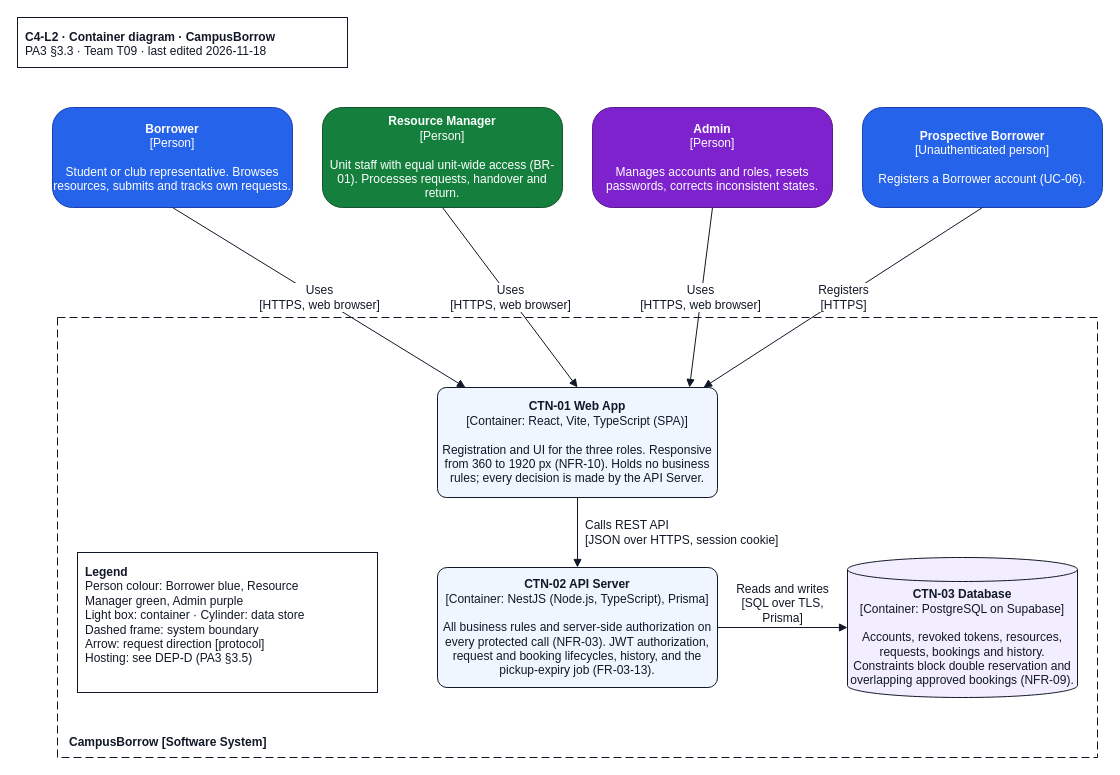
The draw.io diagram docs/design/diagrams/C4-L2_container.drawio in JuliaTrang/T09-CampusBorrow, before the edit. Source tidied: cells renumbered, new cells numbered last; positions are measured from the earlier drawing's top-left corner, leaving out a move shared by most shapes. Both pictures are drawn from the tidied source at 100%, with x=0, y=0 at pixel (17, 17).
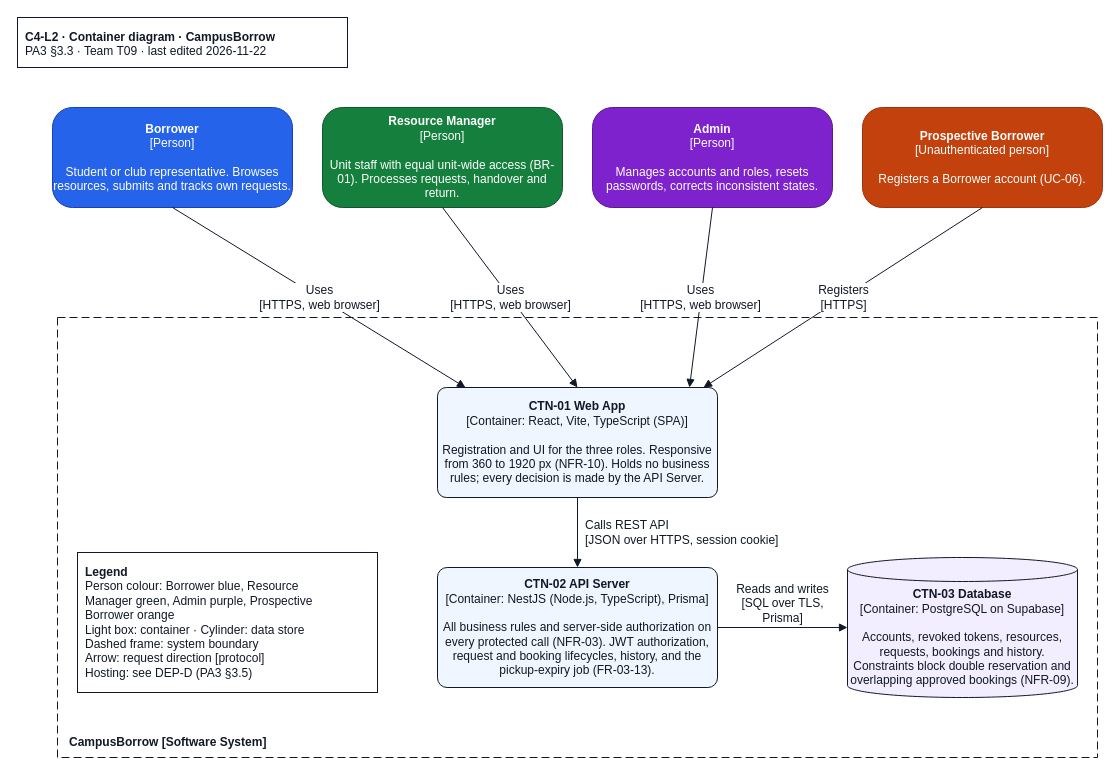
The same diagram, later.

Commit message (it also covers changes not shown here):
docs(pa3): route CO-01 to CO-03 through CMP-04, add ResourceService dependency and fix C4-L2 colour

Change to the diagram source:
```diff
@@
 <mxGraphModel background="#FFFFFF">
   <root>
     <mxCell id="0" />
     <mxCell id="1" parent="0" />
-    <mxCell id="2" value="&lt;b&gt;C4-L2 · Container diagram · CampusBorrow&lt;/b&gt;&lt;br&gt;PA3 §3.3 · Team T09 · last edited 2026-11-18" style="text;html=1;align=left;verticalAlign=top;fontFamily=Arial;fontSize=12;fontColor=#111827;strokeColor=#111827;fillColor=#FFFFFF;spacing=8;" parent="1" vertex="1">
+    <mxCell id="2" value="&lt;b&gt;C4-L2 · Container diagram · CampusBorrow&lt;/b&gt;&lt;br&gt;PA3 §3.3 · Team T09 · last edited 2026-11-22" style="text;html=1;align=left;verticalAlign=top;fontFamily=Arial;fontSize=12;fontColor=#111827;strokeColor=#111827;fillColor=#FFFFFF;spacing=8;" parent="1" vertex="1">
       <mxGeometry width="330" height="50" as="geometry" />
     </mxCell>
     <mxCell id="3" value="&lt;b&gt;Borrower&lt;/b&gt;&lt;br&gt;[Person]&lt;br&gt;&lt;br&gt;Student or club representative. Browses resources, submits and tracks own requests." style="rounded=1;arcSize=20;whiteSpace=wrap;html=1;fontFamily=Arial;fontSize=12;fillColor=#2563EB;strokeColor=#1E40AF;fontColor=#FFFFFF;" parent="1" vertex="1">
       <mxGeometry x="35" y="90" width="240" height="100" as="geometry" />
     </mxCell>
     <mxCell id="4" value="&lt;b&gt;Resource Manager&lt;/b&gt;&lt;br&gt;[Person]&lt;br&gt;&lt;br&gt;Unit staff with equal unit-wide access (BR-01). Processes requests, handover and return." style="rounded=1;arcSize=20;whiteSpace=wrap;html=1;fontFamily=Arial;fontSize=12;fillColor=#15803D;strokeColor=#14532D;fontColor=#FFFFFF;" parent="1" vertex="1">
       <mxGeometry x="305" y="90" width="240" height="100" as="geometry" />
     </mxCell>
     <mxCell id="5" value="&lt;b&gt;Admin&lt;/b&gt;&lt;br&gt;[Person]&lt;br&gt;&lt;br&gt;Manages accounts and roles, resets passwords, corrects inconsistent states." style="rounded=1;arcSize=20;whiteSpace=wrap;html=1;fontFamily=Arial;fontSize=12;fillColor=#7E22CE;strokeColor=#581C87;fontColor=#FFFFFF;" parent="1" vertex="1">
       <mxGeometry x="575" y="90" width="240" height="100" as="geometry" />
     </mxCell>
     <mxCell id="6" value="CampusBorrow [Software System]" style="rounded=0;whiteSpace=wrap;html=1;dashed=1;dashPattern=8 4;fillColor=none;strokeColor=#111827;fontFamily=Arial;fontSize=12;fontStyle=1;fontColor=#111827;verticalAlign=bottom;align=left;spacingLeft=10;spacingBottom=6;" parent="1" vertex="1">
       <mxGeometry x="40" y="300" width="1040" height="440" as="geometry" />
     </mxCell>
     <mxCell id="7" value="&lt;b&gt;CTN-01 Web App&lt;/b&gt;&lt;br&gt;[Container: React, Vite, TypeScript (SPA)]&lt;br&gt;&lt;br&gt;Registration and UI for the three roles. Responsive from 360 to 1920 px (NFR-10). Holds no business rules; every decision is made by the API Server." style="rounded=1;arcSize=8;whiteSpace=wrap;html=1;fontFamily=Arial;fontSize=12;fillColor=#EFF6FF;strokeColor=#111827;fontColor=#111827;" parent="6" vertex="1">
       <mxGeometry x="380" y="70" width="280" height="110" as="geometry" />
     </mxCell>
     <mxCell id="8" value="&lt;b&gt;CTN-02 API Server&lt;/b&gt;&lt;br&gt;[Container: NestJS (Node.js, TypeScript), Prisma]&lt;br&gt;&lt;br&gt;All business rules and server-side authorization on every protected call (NFR-03). JWT authorization, request and booking lifecycles, history, and the pickup-expiry job (FR-03-13)." style="rounded=1;arcSize=8;whiteSpace=wrap;html=1;fontFamily=Arial;fontSize=12;fillColor=#EFF6FF;strokeColor=#111827;fontColor=#111827;" parent="6" vertex="1">
       <mxGeometry x="380" y="250" width="280" height="120" as="geometry" />
     </mxCell>
     <mxCell id="9" value="&lt;b&gt;CTN-03 Database&lt;/b&gt;&lt;br&gt;[Container: PostgreSQL on Supabase]&lt;br&gt;&lt;br&gt;Accounts, revoked tokens, resources, requests, bookings and history. Constraints block double reservation and overlapping approved bookings (NFR-09)." style="shape=cylinder3;whiteSpace=wrap;html=1;boundedLbl=1;backgroundOutline=1;size=12;fontFamily=Arial;fontSize=12;fillColor=#F3EEFF;strokeColor=#111827;fontColor=#111827;" parent="6" vertex="1">
       <mxGeometry x="790" y="240" width="230" height="140" as="geometry" />
     </mxCell>
-    <mxCell id="10" value="&lt;b&gt;Legend&lt;/b&gt;&lt;br&gt;Person colour: Borrower blue, Resource&lt;br&gt;Manager green, Admin purple&lt;br&gt;Light box: container · Cylinder: data store&lt;br&gt;Dashed frame: system boundary&lt;br&gt;Arrow: request direction [protocol]&lt;br&gt;Hosting: see DEP-D (PA3 §3.5)" style="text;html=1;align=left;verticalAlign=top;fontFamily=Arial;fontSize=12;fontColor=#111827;strokeColor=#111827;fillColor=#FFFFFF;spacing=8;" parent="6" vertex="1">
+    <mxCell id="10" value="&lt;b&gt;Legend&lt;/b&gt;&lt;br&gt;Person colour: Borrower blue, Resource&lt;br&gt;Manager green, Admin purple, Prospective&lt;br&gt;Borrower orange&lt;br&gt;Light box: container · Cylinder: data store&lt;br&gt;Dashed frame: system boundary&lt;br&gt;Arrow: request direction [protocol]&lt;br&gt;Hosting: see DEP-D (PA3 §3.5)" style="text;html=1;align=left;verticalAlign=top;fontFamily=Arial;fontSize=12;fontColor=#111827;strokeColor=#111827;fillColor=#FFFFFF;spacing=8;" parent="6" vertex="1">
       <mxGeometry x="20" y="235" width="300" height="140" as="geometry" />
     </mxCell>
     <mxCell id="11" value="Uses&lt;br&gt;[HTTPS, web browser]" style="html=1;strokeColor=#111827;fontFamily=Arial;fontSize=12;fontColor=#111827;endArrow=block;endFill=1;labelBackgroundColor=#FFFFFF;exitX=0.5;exitY=1;entryX=0.1;entryY=0;" parent="1" edge="1" source="3" target="7">
       <mxGeometry relative="1" as="geometry" />
     </mxCell>
     <mxCell id="12" value="Uses&lt;br&gt;[HTTPS, web browser]" style="html=1;strokeColor=#111827;fontFamily=Arial;fontSize=12;fontColor=#111827;endArrow=block;endFill=1;labelBackgroundColor=#FFFFFF;exitX=0.5;exitY=1;entryX=0.5;entryY=0;" parent="1" edge="1" source="4" target="7">
       <mxGeometry relative="1" as="geometry" />
     </mxCell>
     <mxCell id="13" value="Uses&lt;br&gt;[HTTPS, web browser]" style="html=1;strokeColor=#111827;fontFamily=Arial;fontSize=12;fontColor=#111827;endArrow=block;endFill=1;labelBackgroundColor=#FFFFFF;exitX=0.5;exitY=1;entryX=0.9;entryY=0;" parent="1" edge="1" source="5" target="7">
       <mxGeometry relative="1" as="geometry" />
     </mxCell>
     <mxCell id="14" value="Calls REST API&lt;br&gt;[JSON over HTTPS, session cookie]" style="edgeStyle=orthogonalEdgeStyle;rounded=1;html=1;strokeColor=#111827;fontFamily=Arial;fontSize=12;fontColor=#111827;endArrow=block;endFill=1;labelBackgroundColor=#FFFFFF;labelPosition=right;align=left;spacingLeft=6;" parent="6" edge="1" source="7" target="8">
       <mxGeometry relative="1" as="geometry" />
     </mxCell>
     <mxCell id="15" value="Reads and writes&lt;br&gt;[SQL over TLS,&lt;br&gt;Prisma]" style="verticalAlign=bottom;edgeStyle=orthogonalEdgeStyle;rounded=1;html=1;strokeColor=#111827;fontFamily=Arial;fontSize=12;fontColor=#111827;endArrow=block;endFill=1;labelBackgroundColor=#FFFFFF;" parent="6" edge="1" source="8" target="9">
       <mxGeometry relative="1" as="geometry" />
     </mxCell>
-    <mxCell id="16" value="&lt;b&gt;Prospective Borrower&lt;/b&gt;&lt;br&gt;[Unauthenticated person]&lt;br&gt;&lt;br&gt;Registers a Borrower account (UC-06)." style="rounded=1;arcSize=20;whiteSpace=wrap;html=1;fontFamily=Arial;fontSize=12;fillColor=#2563EB;strokeColor=#1E40AF;fontColor=#FFFFFF;" parent="1" vertex="1">
+    <mxCell id="16" value="&lt;b&gt;Prospective Borrower&lt;/b&gt;&lt;br&gt;[Unauthenticated person]&lt;br&gt;&lt;br&gt;Registers a Borrower account (UC-06)." style="rounded=1;arcSize=20;whiteSpace=wrap;html=1;fontFamily=Arial;fontSize=12;fillColor=#C2410C;strokeColor=#9A3412;fontColor=#FFFFFF;" parent="1" vertex="1">
       <mxGeometry x="845" y="90" width="240" height="100" as="geometry" />
     </mxCell>
     <mxCell id="17" value="Registers&lt;br&gt;[HTTPS]" style="html=1;strokeColor=#111827;fontFamily=Arial;fontSize=12;fontColor=#111827;endArrow=block;endFill=1;labelBackgroundColor=#FFFFFF;exitX=0.5;exitY=1;entryX=0.95;entryY=0;" parent="1" edge="1" source="16" target="7">
       <mxGeometry relative="1" as="geometry" />
     </mxCell>
   </root>
 </mxGraphModel>
```
